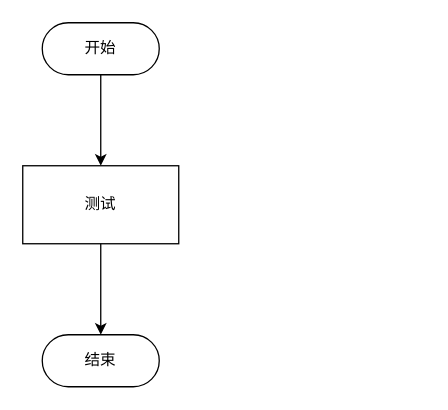
Earlier version of the draw.io diagram test.drawio (XVCoder/drawio-projects). Source tidied: cells renumbered, new cells numbered last; positions are measured from the earlier drawing's top-left corner, leaving out a move shared by most shapes. Both pictures are drawn from the tidied source at 130%, with x=0, y=0 at pixel (22, 22).
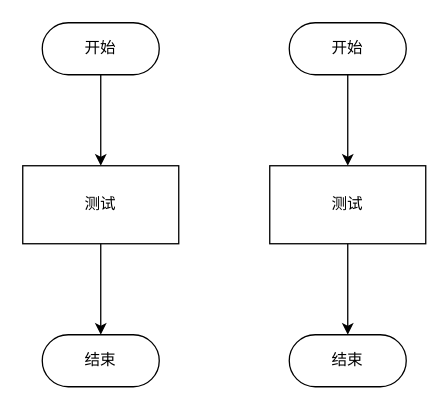
After the change.

The edit, as a diff of the source:
```diff
@@
 <mxGraphModel>
   <root>
     <mxCell id="0" />
     <mxCell id="1" parent="0" />
     <mxCell id="2" value="结束" style="html=1;dashed=0;whiteSpace=wrap;shape=mxgraph.dfd.start;" parent="1" vertex="1">
       <mxGeometry x="15" y="240" width="90" height="40" as="geometry" />
     </mxCell>
     <mxCell id="3" style="edgeStyle=orthogonalEdgeStyle;rounded=0;jettySize=auto;html=1;" parent="1" edge="1" source="4" target="5">
       <mxGeometry relative="1" as="geometry" />
     </mxCell>
     <mxCell id="4" value="开始" style="html=1;dashed=0;whiteSpace=wrap;shape=mxgraph.dfd.start;" parent="1" vertex="1">
       <mxGeometry x="15" width="90" height="40" as="geometry" />
     </mxCell>
     <mxCell id="5" value="测试" style="whiteSpace=wrap;html=1;dashed=0;" parent="1" vertex="1">
       <mxGeometry y="110" width="120" height="60" as="geometry" />
     </mxCell>
     <mxCell id="6" style="edgeStyle=orthogonalEdgeStyle;rounded=0;jettySize=auto;html=1;exitX=0.5;exitY=1;exitDx=0;exitDy=0;entryX=0.5;entryY=0.5;entryDx=0;entryDy=-20;entryPerimeter=0;" parent="1" edge="1" source="5" target="2">
       <mxGeometry relative="1" as="geometry" />
     </mxCell>
+    <mxCell id="7" value="结束" style="html=1;dashed=0;whiteSpace=wrap;shape=mxgraph.dfd.start;" parent="1" vertex="1">
+      <mxGeometry x="205" y="240" width="90" height="40" as="geometry" />
+    </mxCell>
+    <mxCell id="8" style="edgeStyle=orthogonalEdgeStyle;rounded=0;jettySize=auto;html=1;" parent="1" edge="1" source="9" target="10">
+      <mxGeometry relative="1" as="geometry" />
+    </mxCell>
+    <mxCell id="9" value="开始" style="html=1;dashed=0;whiteSpace=wrap;shape=mxgraph.dfd.start;" parent="1" vertex="1">
+      <mxGeometry x="205" width="90" height="40" as="geometry" />
+    </mxCell>
+    <mxCell id="10" value="测试" style="whiteSpace=wrap;html=1;dashed=0;" parent="1" vertex="1">
+      <mxGeometry x="190" y="110" width="120" height="60" as="geometry" />
+    </mxCell>
+    <mxCell id="11" style="edgeStyle=orthogonalEdgeStyle;rounded=0;jettySize=auto;html=1;exitX=0.5;exitY=1;exitDx=0;exitDy=0;entryX=0.5;entryY=0.5;entryDx=0;entryDy=-20;entryPerimeter=0;" parent="1" edge="1" source="10" target="7">
+      <mxGeometry relative="1" as="geometry" />
+    </mxCell>
   </root>
 </mxGraphModel>
```
